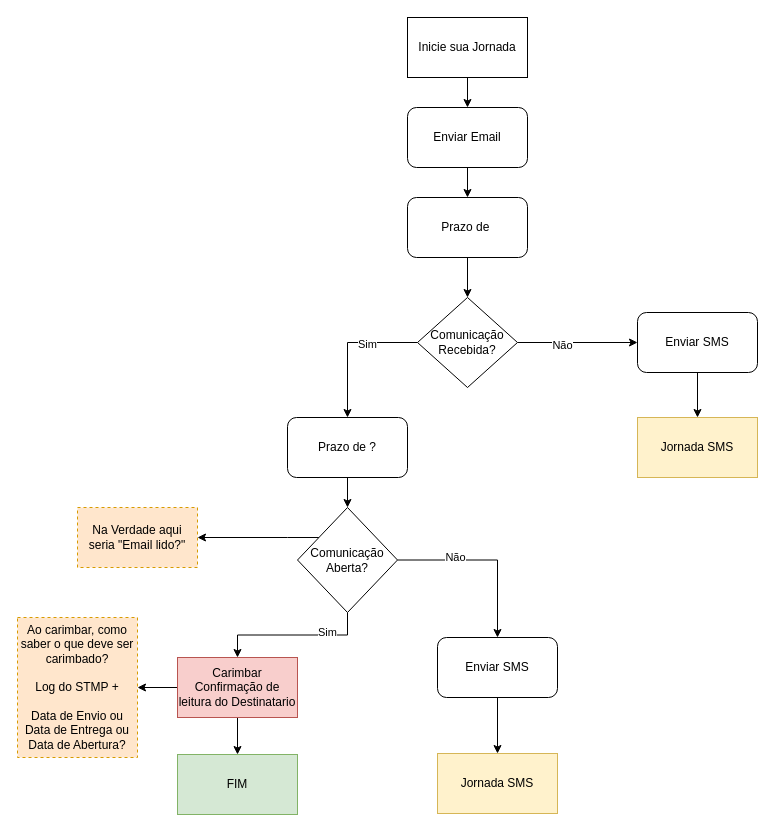
The draw.io diagram page "Desenho Jornada Email" (4 of 8) of Diagrama Carimbo.drawio in caio-bueno/draws-valid, before the edit. Source tidied: cells renumbered, new cells numbered last; positions are measured from the earlier drawing's top-left corner, leaving out a move shared by most shapes. Both pictures are drawn from the tidied source at 100%, with x=0, y=0 at pixel (17, 17).
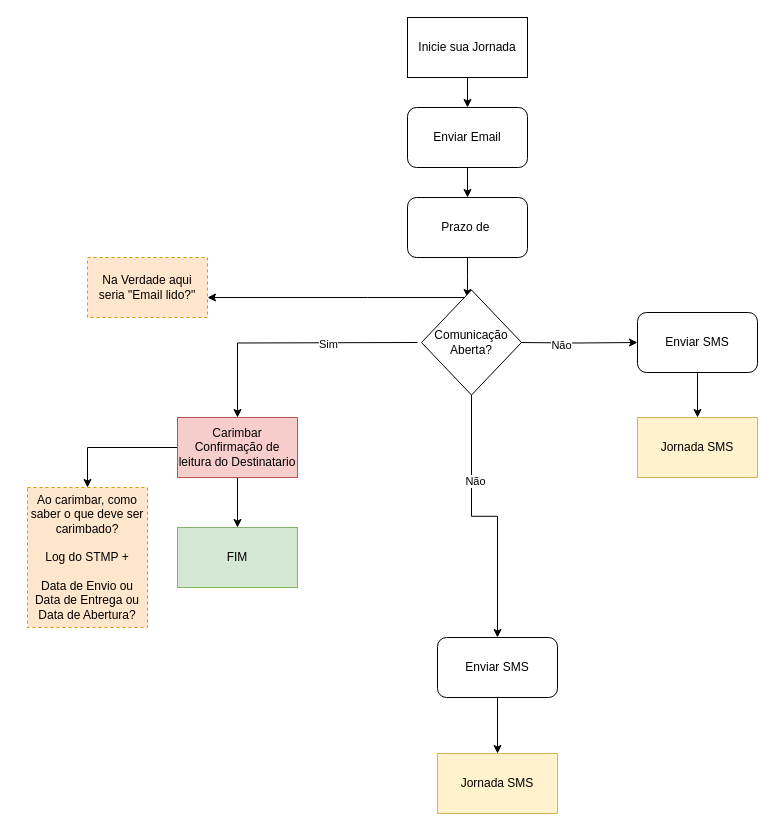
Above is the later version.

The change refers to these unchanged cells:
```xml
<mxCell id="7" value="Prazo de&amp;nbsp;" style="whiteSpace=wrap;html=1;rounded=1;" parent="1" vertex="1">
  <mxGeometry x="390" y="180" width="120" height="60" as="geometry" />
</mxCell>
<mxCell id="15" value="Enviar SMS" style="rounded=1;whiteSpace=wrap;html=1;" parent="1" vertex="1">
  <mxGeometry x="620" y="295" width="120" height="60" as="geometry" />
</mxCell>
```

The edit, as a diff of the source:
```diff
@@
-    <mxCell id="6" style="edgeStyle=orthogonalEdgeStyle;rounded=0;jettySize=auto;html=1;" parent="1" edge="1" source="7" target="13">
-      <mxGeometry relative="1" as="geometry" />
+    <mxCell id="6" style="edgeStyle=orthogonalEdgeStyle;rounded=0;jettySize=auto;html=1;" parent="1" edge="1" source="7">
+      <mxGeometry relative="1" as="geometry">
+        <mxPoint x="450" y="280" as="targetPoint" />
+      </mxGeometry>
     </mxCell>
@@
-    <mxCell id="8" style="edgeStyle=orthogonalEdgeStyle;rounded=0;jettySize=auto;html=1;" parent="1" edge="1" source="13" target="15">
-      <mxGeometry relative="1" as="geometry" />
+    <mxCell id="8" style="edgeStyle=orthogonalEdgeStyle;rounded=0;jettySize=auto;html=1;" parent="1" edge="1" target="15">
+      <mxGeometry relative="1" as="geometry">
+        <mxPoint x="500" y="325" as="sourcePoint" />
+      </mxGeometry>
     </mxCell>
@@
-    <mxCell id="10" style="edgeStyle=orthogonalEdgeStyle;rounded=0;jettySize=auto;html=1;" parent="1" edge="1" source="13" target="17">
-      <mxGeometry relative="1" as="geometry" />
+    <mxCell id="10" style="edgeStyle=orthogonalEdgeStyle;rounded=0;jettySize=auto;html=1;entryX=0.5;entryY=0;entryDx=0;entryDy=0;" parent="1" edge="1" target="30">
+      <mxGeometry relative="1" as="geometry">
+        <mxPoint x="400" y="325" as="sourcePoint" />
+      </mxGeometry>
     </mxCell>
@@
     <mxCell id="12" style="edgeStyle=orthogonalEdgeStyle;rounded=0;jettySize=auto;html=1;" parent="1" edge="1" source="22" target="25">
       <mxGeometry relative="1" as="geometry">
         <Array as="points">
-          <mxPoint x="270" y="520" />
-          <mxPoint x="270" y="520" />
+          <mxPoint x="350" y="280" />
+          <mxPoint x="350" y="280" />
         </Array>
       </mxGeometry>
     </mxCell>
-    <mxCell id="13" value="Comunicação Recebida?" style="rhombus;whiteSpace=wrap;html=1;" parent="1" vertex="1">
-      <mxGeometry x="400" y="280" width="100" height="90" as="geometry" />
-    </mxCell>
@@
-    <mxCell id="16" style="edgeStyle=orthogonalEdgeStyle;rounded=0;jettySize=auto;html=1;" parent="1" edge="1" source="17" target="22">
-      <mxGeometry relative="1" as="geometry" />
-    </mxCell>
-    <mxCell id="17" value="Prazo de ?" style="rounded=1;whiteSpace=wrap;html=1;" parent="1" vertex="1">
-      <mxGeometry x="270" y="400" width="120" height="60" as="geometry" />
-    </mxCell>
@@
-    <mxCell id="20" style="edgeStyle=orthogonalEdgeStyle;rounded=0;jettySize=auto;html=1;" parent="1" edge="1" source="22" target="30">
-      <mxGeometry relative="1" as="geometry" />
-    </mxCell>
-    <mxCell id="21" value="Sim" style="edgeLabel;html=1;align=center;verticalAlign=middle;" parent="20" vertex="1">
-      <mxGeometry x="-0.44" y="-3" relative="1" as="geometry" />
-    </mxCell>
     <mxCell id="22" value="Comunicação Aberta?" style="rhombus;whiteSpace=wrap;html=1;" parent="1" vertex="1">
-      <mxGeometry x="280" y="490" width="100" height="105" as="geometry" />
+      <mxGeometry x="404" y="272.5" width="100" height="105" as="geometry" />
     </mxCell>
@@
     <mxCell id="25" value="Na Verdade aqui seria &quot;Email lido?&quot;" style="rounded=0;whiteSpace=wrap;html=1;fillColor=#ffe6cc;strokeColor=#d79b00;dashed=1;" parent="1" vertex="1">
-      <mxGeometry x="60" y="490" width="120" height="60" as="geometry" />
+      <mxGeometry x="70" y="240" width="120" height="60" as="geometry" />
     </mxCell>
@@
     <mxCell id="30" value="Carimbar Confirmação de leitura do Destinatario" style="rounded=0;whiteSpace=wrap;html=1;fillColor=#f8cecc;strokeColor=#b85450;" parent="1" vertex="1">
-      <mxGeometry x="160" y="640" width="120" height="60" as="geometry" />
+      <mxGeometry x="160" y="400" width="120" height="60" as="geometry" />
     </mxCell>
     <mxCell id="31" value="FIM" style="rounded=0;whiteSpace=wrap;html=1;fillColor=#d5e8d4;strokeColor=#82b366;" parent="1" vertex="1">
-      <mxGeometry x="160" y="737" width="120" height="60" as="geometry" />
+      <mxGeometry x="160" y="510" width="120" height="60" as="geometry" />
     </mxCell>
     <mxCell id="32" value="Ao carimbar, como saber o que deve ser carimbado?&lt;div&gt;&lt;br&gt;&lt;/div&gt;&lt;div&gt;Log do STMP +&lt;/div&gt;&lt;div&gt;&lt;br&gt;&lt;/div&gt;&lt;div&gt;Data de Envio ou&lt;/div&gt;&lt;div&gt;Data de Entrega ou&lt;/div&gt;&lt;div&gt;Data de Abertura?&lt;/div&gt;" style="rounded=0;whiteSpace=wrap;html=1;fillColor=#ffe6cc;strokeColor=#d79b00;dashed=1;" parent="1" vertex="1">
-      <mxGeometry y="600" width="120" height="140" as="geometry" />
+      <mxGeometry x="10" y="470" width="120" height="140" as="geometry" />
     </mxCell>
```
